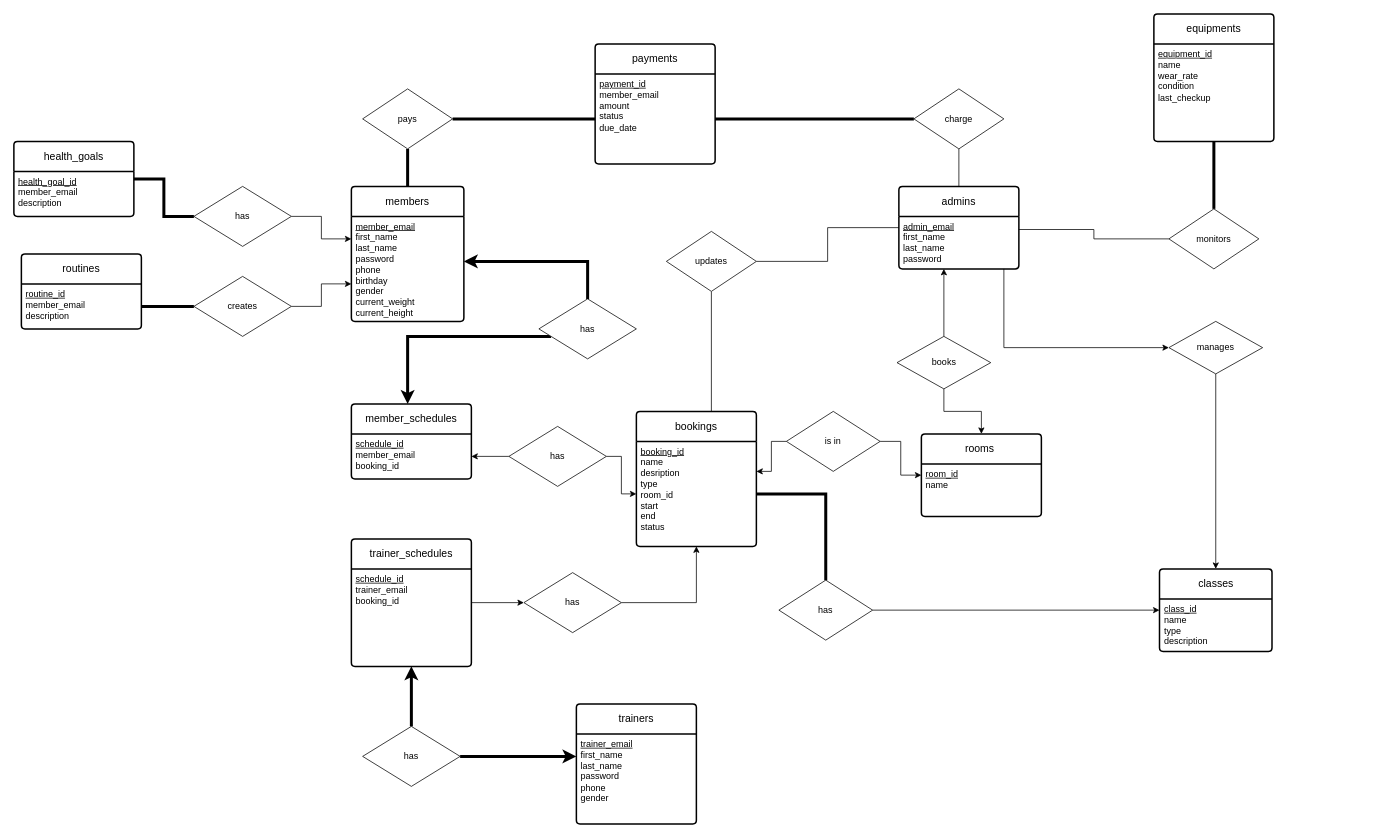
This is page "uml" (1 of 3) of docs/database/ER_MODEL.drawio from HamzaAlsarakbi/comp3005-project, a draw.io file, before an edit. Source tidied: cells renumbered, new cells numbered last; positions are measured from the earlier drawing's top-left corner, leaving out a move shared by most shapes. Both pictures are drawn from the tidied source at 75%, with x=0, y=0 at pixel (14, 14).
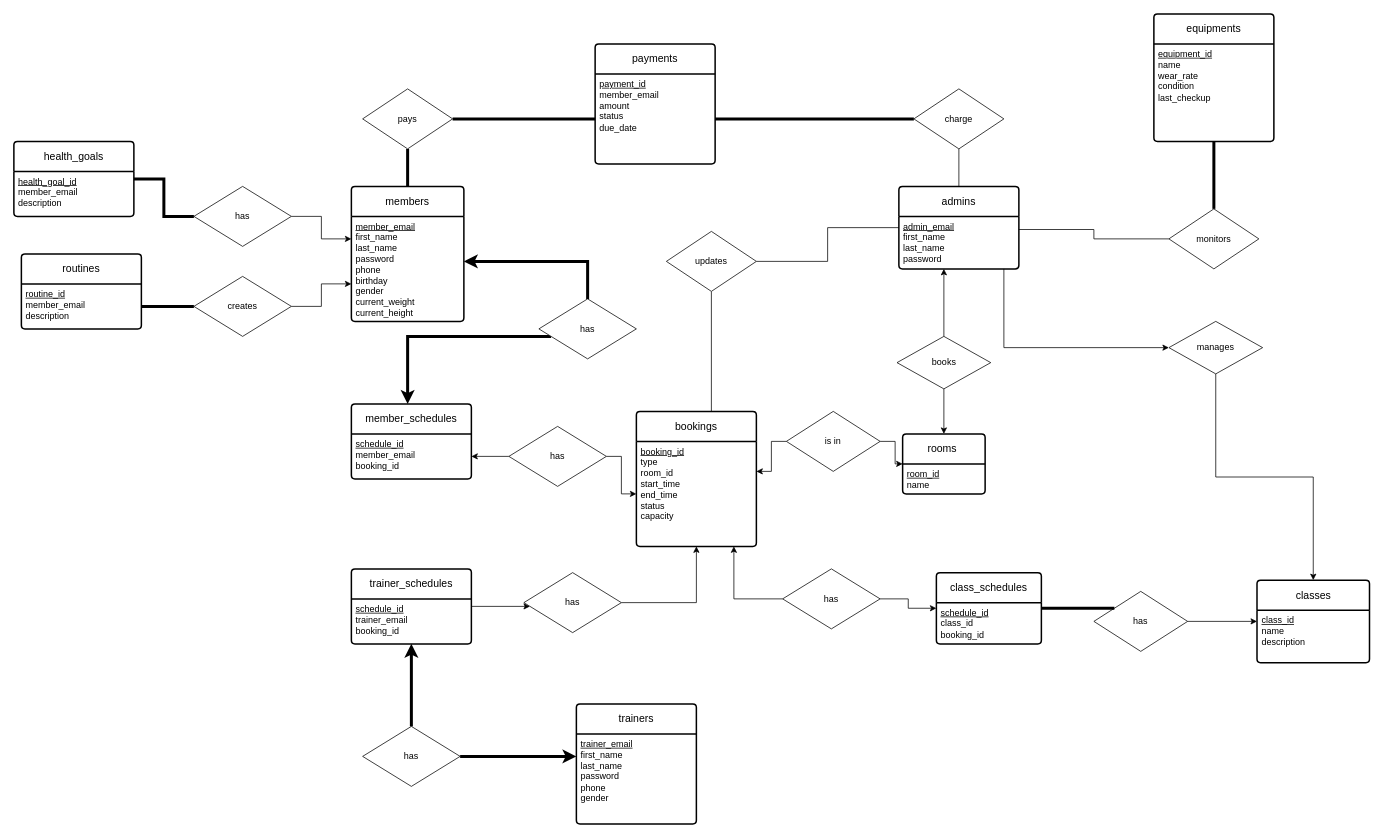
Above is the later version.

Unchanged cells that the change refers to:
```xml
<mxCell id="66" value="bookings" style="swimlane;horizontal=1;startSize=40;rounded=1;fontSize=14;fontStyle=0;strokeWidth=2;shadow=0;dashed=0;align=center;arcSize=4;whiteSpace=wrap;html=1;" parent="1" vertex="1">
  <mxGeometry x="830" y="530" width="160" height="180" as="geometry" />
</mxCell>
```

The edit, as a diff of the source:
```diff
@@
     <mxCell id="17" value="classes" style="swimlane;horizontal=1;startSize=40;rounded=1;fontSize=14;fontStyle=0;strokeWidth=2;shadow=0;dashed=0;align=center;arcSize=4;whiteSpace=wrap;html=1;" parent="1" vertex="1">
-      <mxGeometry x="1527.5" y="740" width="150" height="110" as="geometry" />
+      <mxGeometry x="1657.5" y="755" width="150" height="110" as="geometry" />
     </mxCell>
-    <mxCell id="18" value="&lt;div&gt;&lt;u&gt;class_id&lt;/u&gt;&lt;/div&gt;&lt;div&gt;name&lt;/div&gt;&lt;div&gt;&lt;span style=&quot;background-color: initial;&quot;&gt;type&amp;nbsp;&lt;/span&gt;&lt;br&gt;&lt;/div&gt;&lt;div&gt;description&lt;/div&gt;&lt;div&gt;&lt;br&gt;&lt;/div&gt;&lt;div&gt;&lt;br&gt;&lt;/div&gt;" style="align=left;strokeColor=none;fillColor=none;spacingLeft=4;fontSize=12;verticalAlign=top;html=1;" parent="17" vertex="1">
+    <mxCell id="18" value="&lt;div&gt;&lt;u&gt;class_id&lt;/u&gt;&lt;/div&gt;&lt;div&gt;name&lt;/div&gt;&lt;div&gt;description&lt;/div&gt;" style="align=left;strokeColor=none;fillColor=none;spacingLeft=4;fontSize=12;verticalAlign=top;html=1;" parent="17" vertex="1">
       <mxGeometry y="40" width="150" height="70" as="geometry" />
     </mxCell>
@@
     <mxCell id="29" value="trainer_schedules" style="swimlane;horizontal=1;startSize=40;rounded=1;fontSize=14;fontStyle=0;strokeWidth=2;shadow=0;dashed=0;align=center;arcSize=4;whiteSpace=wrap;html=1;" parent="1" vertex="1">
-      <mxGeometry x="450" y="700" width="160" height="170" as="geometry" />
+      <mxGeometry x="450" y="740" width="160" height="100" as="geometry" />
     </mxCell>
     <mxCell id="30" value="&lt;u&gt;schedule_id&lt;/u&gt;&lt;div&gt;trainer_email&lt;/div&gt;&lt;div&gt;booking_id&lt;/div&gt;" style="align=left;strokeColor=none;fillColor=none;spacingLeft=4;fontSize=12;verticalAlign=top;html=1;" parent="29" vertex="1">
-      <mxGeometry y="40" width="160" height="130" as="geometry" />
+      <mxGeometry y="40" width="160" height="60" as="geometry" />
     </mxCell>
     <mxCell id="31" value="has" style="rhombus;whiteSpace=wrap;html=1;" parent="1" vertex="1">
-      <mxGeometry x="1020" y="755" width="125" height="80" as="geometry" />
+      <mxGeometry x="1440" y="770" width="125" height="80" as="geometry" />
     </mxCell>
@@
-    <mxCell id="43" style="edgeStyle=orthogonalEdgeStyle;rounded=0;jettySize=auto;html=1;strokeWidth=4;endArrow=none;endFill=0;" parent="1" edge="1" source="67" target="31">
-      <mxGeometry relative="1" as="geometry" />
+    <mxCell id="43" style="edgeStyle=orthogonalEdgeStyle;rounded=0;jettySize=auto;html=1;strokeWidth=4;endArrow=none;endFill=0;" parent="1" edge="1" source="77" target="31">
+      <mxGeometry relative="1" as="geometry">
+        <Array as="points">
+          <mxPoint x="1250" y="810" />
+        </Array>
+      </mxGeometry>
     </mxCell>
@@
     <mxCell id="60" value="rooms&amp;nbsp;" style="swimlane;horizontal=1;startSize=40;rounded=1;fontSize=14;fontStyle=0;strokeWidth=2;shadow=0;dashed=0;align=center;arcSize=4;whiteSpace=wrap;html=1;" parent="1" vertex="1">
-      <mxGeometry x="1210" y="560" width="160" height="110" as="geometry" />
+      <mxGeometry x="1185" y="560" width="110" height="80" as="geometry" />
     </mxCell>
     <mxCell id="61" value="&lt;div&gt;&lt;u&gt;room_id&lt;/u&gt;&lt;/div&gt;&lt;div&gt;name&lt;/div&gt;" style="align=left;strokeColor=none;fillColor=none;spacingLeft=4;fontSize=12;verticalAlign=top;html=1;" parent="60" vertex="1">
-      <mxGeometry y="40" width="160" height="70" as="geometry" />
+      <mxGeometry y="40" width="110" height="40" as="geometry" />
     </mxCell>
@@
-    <mxCell id="67" value="&lt;div&gt;&lt;u&gt;booking_id&lt;/u&gt;&lt;/div&gt;&lt;div&gt;name&lt;/div&gt;&lt;div&gt;desription&lt;/div&gt;&lt;div&gt;type&lt;/div&gt;&lt;div&gt;room_id&lt;/div&gt;&lt;div&gt;start&lt;/div&gt;&lt;div&gt;end&lt;/div&gt;&lt;div&gt;status&lt;/div&gt;" style="align=left;strokeColor=none;fillColor=none;spacingLeft=4;fontSize=12;verticalAlign=top;html=1;" parent="66" vertex="1">
+    <mxCell id="67" value="&lt;div&gt;&lt;u&gt;booking_id&lt;/u&gt;&lt;/div&gt;&lt;div&gt;type&lt;/div&gt;&lt;div&gt;room_id&lt;/div&gt;&lt;div&gt;start_time&lt;/div&gt;&lt;div&gt;end_time&lt;/div&gt;&lt;div&gt;&lt;span style=&quot;background-color: initial;&quot;&gt;status&lt;/span&gt;&lt;/div&gt;&lt;div&gt;capacity&lt;/div&gt;" style="align=left;strokeColor=none;fillColor=none;spacingLeft=4;fontSize=12;verticalAlign=top;html=1;" parent="66" vertex="1">
       <mxGeometry y="40" width="160" height="140" as="geometry" />
     </mxCell>
@@
+    <mxCell id="77" value="class_schedules" style="swimlane;horizontal=1;startSize=40;rounded=1;fontSize=14;fontStyle=0;strokeWidth=2;shadow=0;dashed=0;align=center;arcSize=4;whiteSpace=wrap;html=1;" parent="1" vertex="1">
+      <mxGeometry x="1230" y="745" width="140" height="95" as="geometry" />
+    </mxCell>
+    <mxCell id="78" value="&lt;u&gt;schedule_id&lt;/u&gt;&lt;div&gt;class_id&lt;/div&gt;&lt;div&gt;booking_id&lt;/div&gt;" style="align=left;strokeColor=none;fillColor=none;spacingLeft=4;fontSize=12;verticalAlign=top;html=1;" parent="77" vertex="1">
+      <mxGeometry y="40" width="140" height="55" as="geometry" />
+    </mxCell>
+    <mxCell id="79" style="edgeStyle=orthogonalEdgeStyle;rounded=0;jettySize=auto;html=1;" parent="1" edge="1" source="81" target="77">
+      <mxGeometry relative="1" as="geometry" />
+    </mxCell>
+    <mxCell id="80" style="edgeStyle=orthogonalEdgeStyle;rounded=0;jettySize=auto;html=1;" parent="1" edge="1" source="81" target="66">
+      <mxGeometry relative="1" as="geometry">
+        <Array as="points">
+          <mxPoint x="960" y="780" />
+        </Array>
+      </mxGeometry>
+    </mxCell>
+    <mxCell id="81" value="has" style="rhombus;whiteSpace=wrap;html=1;" parent="1" vertex="1">
+      <mxGeometry x="1025" y="740" width="130" height="80" as="geometry" />
+    </mxCell>
```
